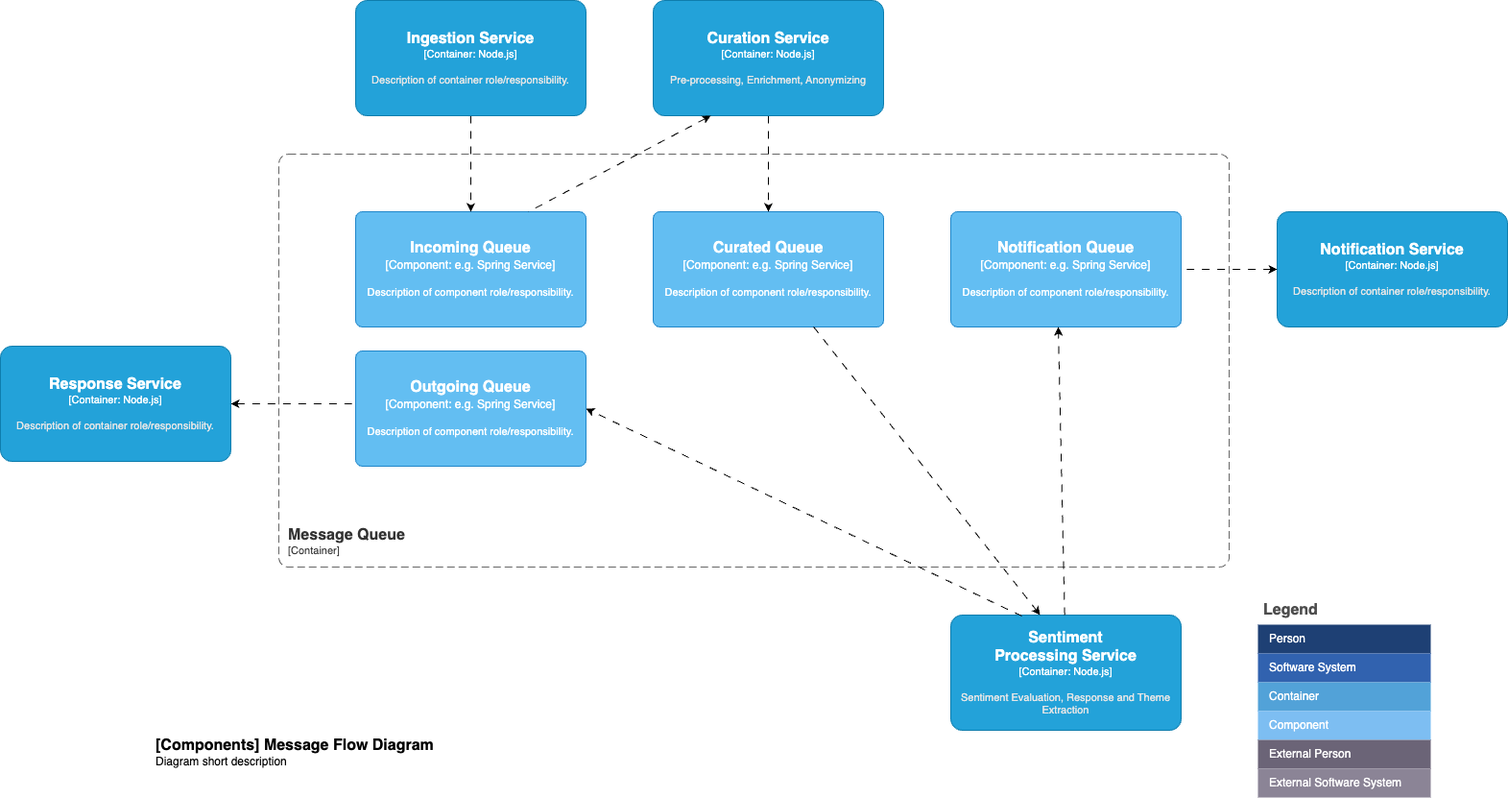
Before: docs/diagrams-container-message-queue.drawio.png, a diagram exported from draw.io (fusion-platform-services/fps-blueprint-ai-sentiment-analysis-and-response). Source tidied: cells renumbered, new cells last; positions are measured from the earlier drawing's top-left corner, leaving out a move shared by most shapes.
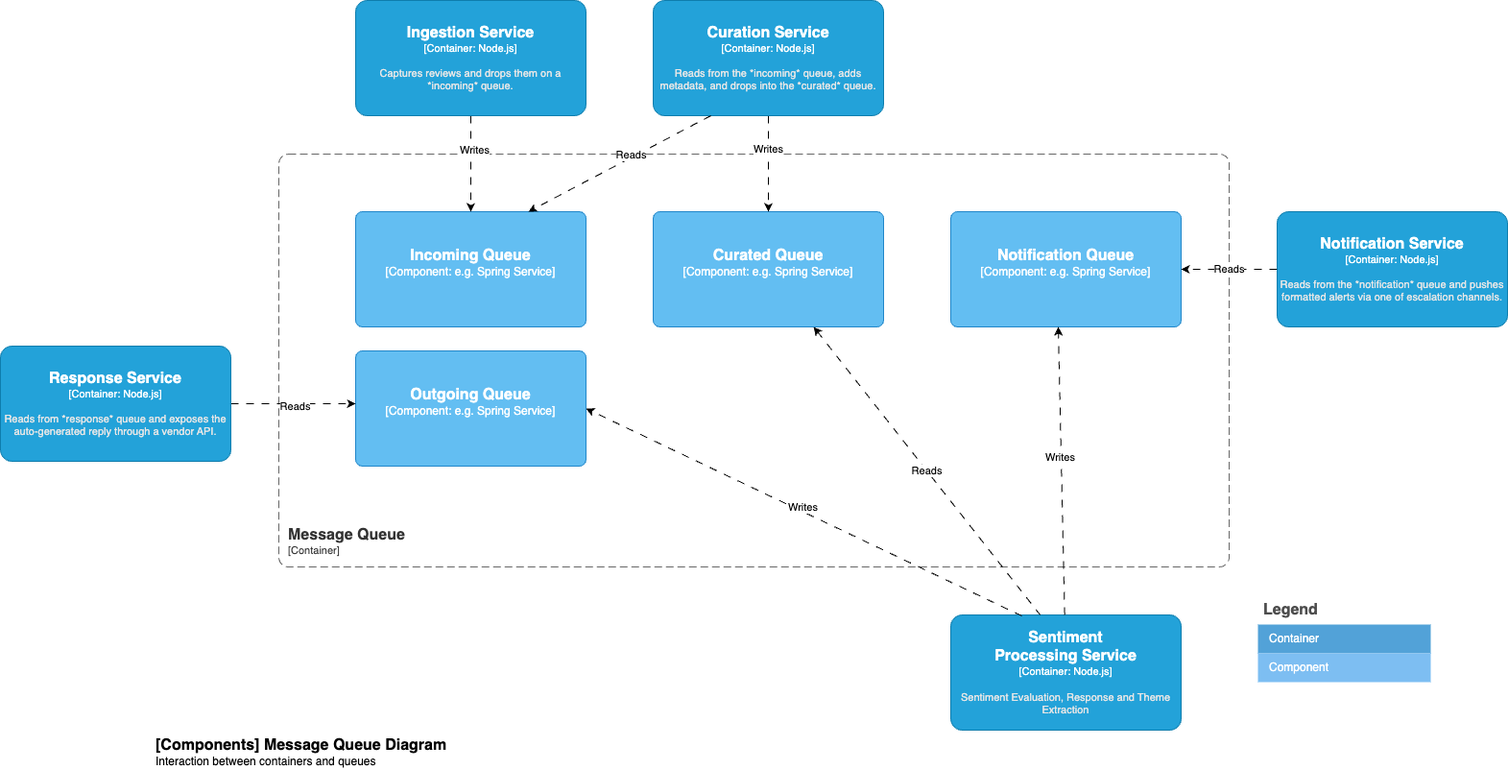
The same file after the commit.

Diff of the diagram source:
```diff
@@ -8,75 +8,54 @@
       </mxCell>
     </object>
     <mxCell id="3" value="Legend" style="shape=table;startSize=30;fontSize=16;align=left;verticalAlign=top;fillColor=none;strokeColor=none;fontColor=#4D4D4D;fontStyle=1;spacingLeft=6;spacing=0;" parent="1" vertex="1">
-      <mxGeometry x="1310" y="620" width="180" height="210" as="geometry" />
+      <mxGeometry x="1310" y="620" width="180" height="90" as="geometry" />
     </mxCell>
-    <mxCell id="4" style="shape=tableRow;horizontal=0;startSize=0;swimlaneHead=0;swimlaneBody=0;strokeColor=inherit;top=0;left=0;bottom=0;right=0;fillColor=none;fontSize=12;" parent="3" vertex="1">
-      <mxGeometry y="30" width="180" height="30" as="geometry" />
-    </mxCell>
-    <mxCell id="5" value="Person" style="shape=partialRectangle;html=1;whiteSpace=wrap;strokeColor=inherit;overflow=hidden;fillColor=#1E4074;top=0;left=0;bottom=0;right=0;fontSize=12;align=left;fontColor=#FFFFFF;gradientColor=none;spacingLeft=10;spacingRight=4;" parent="4" vertex="1">
-      <mxGeometry width="180" height="30" as="geometry" />
-    </mxCell>
-    <mxCell id="6" style="shape=tableRow;horizontal=0;startSize=0;swimlaneHead=0;swimlaneBody=0;strokeColor=inherit;top=0;left=0;bottom=0;right=0;fillColor=none;fontSize=12;" parent="3" vertex="1">
-      <mxGeometry y="60" width="180" height="30" as="geometry" />
-    </mxCell>
-    <mxCell id="7" value="Software System" style="shape=partialRectangle;html=1;whiteSpace=wrap;strokeColor=inherit;overflow=hidden;fillColor=#3162AF;top=0;left=0;bottom=0;right=0;fontSize=12;align=left;fontColor=#FFFFFF;gradientColor=none;spacingLeft=10;spacingRight=4;" parent="6" vertex="1">
-      <mxGeometry width="180" height="30" as="geometry" />
-    </mxCell>
     <mxCell id="8" style="shape=tableRow;horizontal=0;startSize=0;swimlaneHead=0;swimlaneBody=0;strokeColor=inherit;top=0;left=0;bottom=0;right=0;fillColor=none;fontSize=12;" parent="3" vertex="1">
-      <mxGeometry y="90" width="180" height="30" as="geometry" />
+      <mxGeometry y="30" width="180" height="30" as="geometry" />
     </mxCell>
     <mxCell id="9" value="Container" style="shape=partialRectangle;html=1;whiteSpace=wrap;strokeColor=inherit;overflow=hidden;fillColor=#52a2d8;top=0;left=0;bottom=0;right=0;fontSize=12;align=left;fontColor=#FFFFFF;gradientColor=none;spacingLeft=10;spacingRight=4;" parent="8" vertex="1">
       <mxGeometry width="180" height="30" as="geometry" />
     </mxCell>
     <mxCell id="10" style="shape=tableRow;horizontal=0;startSize=0;swimlaneHead=0;swimlaneBody=0;strokeColor=inherit;top=0;left=0;bottom=0;right=0;fillColor=none;fontSize=12;" parent="3" vertex="1">
-      <mxGeometry y="120" width="180" height="30" as="geometry" />
+      <mxGeometry y="60" width="180" height="30" as="geometry" />
     </mxCell>
     <mxCell id="11" value="Component" style="shape=partialRectangle;html=1;whiteSpace=wrap;strokeColor=inherit;overflow=hidden;fillColor=#7dbef2;top=0;left=0;bottom=0;right=0;fontSize=12;align=left;fontColor=#FFFFFF;gradientColor=none;spacingLeft=10;spacingRight=4;" parent="10" vertex="1">
       <mxGeometry width="180" height="30" as="geometry" />
     </mxCell>
-    <mxCell id="12" style="shape=tableRow;horizontal=0;startSize=0;swimlaneHead=0;swimlaneBody=0;strokeColor=inherit;top=0;left=0;bottom=0;right=0;fillColor=none;fontSize=12;" parent="3" vertex="1">
-      <mxGeometry y="150" width="180" height="30" as="geometry" />
-    </mxCell>
-    <mxCell id="13" value="External Person" style="shape=partialRectangle;html=1;whiteSpace=wrap;strokeColor=inherit;overflow=hidden;fillColor=#6b6477;top=0;left=0;bottom=0;right=0;fontSize=12;align=left;fontColor=#FFFFFF;gradientColor=none;spacingLeft=10;spacingRight=4;" parent="12" vertex="1">
-      <mxGeometry width="180" height="30" as="geometry" />
-    </mxCell>
-    <mxCell id="14" style="shape=tableRow;horizontal=0;startSize=0;swimlaneHead=0;swimlaneBody=0;strokeColor=inherit;top=0;left=0;bottom=0;right=0;fillColor=none;fontSize=12;" parent="3" vertex="1">
-      <mxGeometry y="180" width="180" height="30" as="geometry" />
-    </mxCell>
-    <mxCell id="15" value="External Software System" style="shape=partialRectangle;html=1;whiteSpace=wrap;strokeColor=inherit;overflow=hidden;fillColor=#8b8496;top=0;left=0;bottom=0;right=0;fontSize=12;align=left;fontColor=#FFFFFF;gradientColor=none;spacingLeft=10;spacingRight=4;" parent="14" vertex="1">
-      <mxGeometry width="180" height="30" as="geometry" />
-    </mxCell>
-    <object id="16" label="&lt;font style=&quot;font-size: 16px&quot;&gt;&lt;b&gt;&lt;div style=&quot;text-align: left&quot;&gt;%c4Name%&lt;/div&gt;&lt;/b&gt;&lt;/font&gt;&lt;div style=&quot;text-align: left&quot;&gt;%c4Description%&lt;/div&gt;" c4Description="Diagram short description" c4Name="[Components] Message Flow Diagram" c4Type="ContainerDiagramTitle" placeholders="1">
+    <object id="16" label="&lt;font style=&quot;font-size: 16px&quot;&gt;&lt;b&gt;&lt;div style=&quot;text-align: left&quot;&gt;%c4Name%&lt;/div&gt;&lt;/b&gt;&lt;/font&gt;&lt;div style=&quot;text-align: left&quot;&gt;%c4Description%&lt;/div&gt;" c4Description="Interaction between containers and queues" c4Name="[Components] Message Queue Diagram" c4Type="ContainerDiagramTitle" placeholders="1">
       <mxCell style="text;html=1;strokeColor=none;fillColor=none;align=left;verticalAlign=top;whiteSpace=wrap;rounded=0;" parent="1" vertex="1">
         <mxGeometry x="160" y="760" width="330" height="40" as="geometry" />
       </mxCell>
     </object>
-    <object id="17" label="&lt;font style=&quot;font-size: 16px&quot;&gt;&lt;b&gt;%c4Name%&lt;/b&gt;&lt;/font&gt;&lt;div&gt;[%c4Type%: %c4Technology%]&lt;/div&gt;&lt;br&gt;&lt;div&gt;&lt;font style=&quot;font-size: 11px&quot;&gt;%c4Description%&lt;/font&gt;&lt;/div&gt;" c4Description="Description of component role/responsibility." c4Name="Incoming Queue" c4Technology="e.g. Spring Service" c4Type="Component" placeholders="1">
+    <object id="17" label="&lt;font style=&quot;font-size: 16px&quot;&gt;&lt;b&gt;%c4Name%&lt;/b&gt;&lt;/font&gt;&lt;div&gt;[%c4Type%: %c4Technology%]&lt;/div&gt;&lt;br&gt;&lt;div&gt;&lt;font style=&quot;font-size: 11px&quot;&gt;%c4Description%&lt;/font&gt;&lt;/div&gt;" c4Description="" c4Name="Incoming Queue" c4Technology="e.g. Spring Service" c4Type="Component" placeholders="1">
       <mxCell style="rounded=1;whiteSpace=wrap;html=1;labelBackgroundColor=none;fillColor=#63BEF2;fontColor=#ffffff;align=center;arcSize=6;strokeColor=#2086C9;points=[[0.25,0,0],[0.5,0,0],[0.75,0,0],[1,0.25,0],[1,0.5,0],[1,0.75,0],[0.75,1,0],[0.5,1,0],[0.25,1,0],[0,0.75,0],[0,0.5,0],[0,0.25,0]];" parent="1" vertex="1">
         <mxGeometry x="370" y="220" width="240" height="120" as="geometry" />
       </mxCell>
     </object>
-    <object id="18" label="&lt;font style=&quot;font-size: 16px&quot;&gt;&lt;b&gt;%c4Name%&lt;/b&gt;&lt;/font&gt;&lt;div&gt;[%c4Type%: %c4Technology%]&lt;/div&gt;&lt;br&gt;&lt;div&gt;&lt;font style=&quot;font-size: 11px&quot;&gt;%c4Description%&lt;/font&gt;&lt;/div&gt;" c4Description="Description of component role/responsibility." c4Name="Curated Queue" c4Technology="e.g. Spring Service" c4Type="Component" placeholders="1">
+    <object id="18" label="&lt;font style=&quot;font-size: 16px&quot;&gt;&lt;b&gt;%c4Name%&lt;/b&gt;&lt;/font&gt;&lt;div&gt;[%c4Type%: %c4Technology%]&lt;/div&gt;&lt;br&gt;&lt;div&gt;&lt;font style=&quot;font-size: 11px&quot;&gt;%c4Description%&lt;/font&gt;&lt;/div&gt;" c4Description="" c4Name="Curated Queue" c4Technology="e.g. Spring Service" c4Type="Component" placeholders="1">
       <mxCell style="rounded=1;whiteSpace=wrap;html=1;labelBackgroundColor=none;fillColor=#63BEF2;fontColor=#ffffff;align=center;arcSize=6;strokeColor=#2086C9;points=[[0.25,0,0],[0.5,0,0],[0.75,0,0],[1,0.25,0],[1,0.5,0],[1,0.75,0],[0.75,1,0],[0.5,1,0],[0.25,1,0],[0,0.75,0],[0,0.5,0],[0,0.25,0]];" parent="1" vertex="1">
         <mxGeometry x="680" y="220" width="240" height="120" as="geometry" />
       </mxCell>
     </object>
-    <object id="19" label="&lt;font style=&quot;font-size: 16px&quot;&gt;&lt;b&gt;%c4Name%&lt;/b&gt;&lt;/font&gt;&lt;div&gt;[%c4Type%: %c4Technology%]&lt;/div&gt;&lt;br&gt;&lt;div&gt;&lt;font style=&quot;font-size: 11px&quot;&gt;%c4Description%&lt;/font&gt;&lt;/div&gt;" c4Description="Description of component role/responsibility." c4Name="Notification Queue" c4Technology="e.g. Spring Service" c4Type="Component" placeholders="1">
+    <object id="19" label="&lt;font style=&quot;font-size: 16px&quot;&gt;&lt;b&gt;%c4Name%&lt;/b&gt;&lt;/font&gt;&lt;div&gt;[%c4Type%: %c4Technology%]&lt;/div&gt;&lt;br&gt;&lt;div&gt;&lt;font style=&quot;font-size: 11px&quot;&gt;%c4Description%&lt;/font&gt;&lt;/div&gt;" c4Description="" c4Name="Notification Queue" c4Technology="e.g. Spring Service" c4Type="Component" placeholders="1">
       <mxCell style="rounded=1;whiteSpace=wrap;html=1;labelBackgroundColor=none;fillColor=#63BEF2;fontColor=#ffffff;align=center;arcSize=6;strokeColor=#2086C9;points=[[0.25,0,0],[0.5,0,0],[0.75,0,0],[1,0.25,0],[1,0.5,0],[1,0.75,0],[0.75,1,0],[0.5,1,0],[0.25,1,0],[0,0.75,0],[0,0.5,0],[0,0.25,0]];" parent="1" vertex="1">
         <mxGeometry x="990" y="220" width="240" height="120" as="geometry" />
       </mxCell>
     </object>
-    <object id="20" label="&lt;font style=&quot;font-size: 16px&quot;&gt;&lt;b&gt;%c4Name%&lt;/b&gt;&lt;/font&gt;&lt;div&gt;[%c4Type%: %c4Technology%]&lt;/div&gt;&lt;br&gt;&lt;div&gt;&lt;font style=&quot;font-size: 11px&quot;&gt;%c4Description%&lt;/font&gt;&lt;/div&gt;" c4Description="Description of component role/responsibility." c4Name="Outgoing Queue" c4Technology="e.g. Spring Service" c4Type="Component" placeholders="1">
+    <object id="20" label="&lt;font style=&quot;font-size: 16px&quot;&gt;&lt;b&gt;%c4Name%&lt;/b&gt;&lt;/font&gt;&lt;div&gt;[%c4Type%: %c4Technology%]&lt;/div&gt;&lt;br&gt;&lt;div&gt;&lt;font style=&quot;font-size: 11px&quot;&gt;%c4Description%&lt;/font&gt;&lt;/div&gt;" c4Description="" c4Name="Outgoing Queue" c4Technology="e.g. Spring Service" c4Type="Component" placeholders="1">
       <mxCell style="rounded=1;whiteSpace=wrap;html=1;labelBackgroundColor=none;fillColor=#63BEF2;fontColor=#ffffff;align=center;arcSize=6;strokeColor=#2086C9;points=[[0.25,0,0],[0.5,0,0],[0.75,0,0],[1,0.25,0],[1,0.5,0],[1,0.75,0],[0.75,1,0],[0.5,1,0],[0.25,1,0],[0,0.75,0],[0,0.5,0],[0,0.25,0]];" parent="1" vertex="1">
         <mxGeometry x="370" y="365" width="240" height="120" as="geometry" />
       </mxCell>
     </object>
-    <mxCell id="21" style="edgeStyle=none;rounded=0;jettySize=auto;html=1;dashed=1;dashPattern=8 8;startArrow=classic;startFill=1;endArrow=none;endFill=0;" parent="1" edge="1" source="22">
+    <mxCell id="21" style="edgeStyle=none;rounded=0;jettySize=auto;html=1;dashed=1;dashPattern=8 8;startArrow=none;startFill=0;endArrow=classic;endFill=1;" parent="1" edge="1" source="22">
       <mxGeometry relative="1" as="geometry">
         <mxPoint x="370" y="420" as="targetPoint" />
       </mxGeometry>
     </mxCell>
+    <mxCell id="34" value="Reads" style="edgeLabel;html=1;align=center;verticalAlign=middle;" parent="21" vertex="1">
+      <mxGeometry x="0.02" y="-2" relative="1" as="geometry" />
+    </mxCell>
-    <object id="22" label="&lt;font style=&quot;font-size: 16px&quot;&gt;&lt;b&gt;%c4Name%&lt;/b&gt;&lt;/font&gt;&lt;div&gt;[%c4Type%: %c4Technology%]&lt;/div&gt;&lt;br&gt;&lt;div&gt;&lt;font style=&quot;font-size: 11px&quot;&gt;&lt;font color=&quot;#E6E6E6&quot;&gt;%c4Description%&lt;/font&gt;&lt;/div&gt;" c4Description="Description of container role/responsibility." c4Name="Response Service" c4Technology="Node.js" c4Type="Container" placeholders="1">
+    <object id="22" label="&lt;font style=&quot;font-size: 16px&quot;&gt;&lt;b&gt;%c4Name%&lt;/b&gt;&lt;/font&gt;&lt;div&gt;[%c4Type%: %c4Technology%]&lt;/div&gt;&lt;br&gt;&lt;div&gt;&lt;font style=&quot;font-size: 11px&quot;&gt;&lt;font color=&quot;#E6E6E6&quot;&gt;%c4Description%&lt;/font&gt;&lt;/div&gt;" c4Description="Reads from *response* queue and exposes the auto-generated reply through a vendor API." c4Name="Response Service" c4Technology="Node.js" c4Type="Container" placeholders="1">
       <mxCell style="rounded=1;whiteSpace=wrap;html=1;fontSize=11;labelBackgroundColor=none;fillColor=#23A2D9;fontColor=#ffffff;align=center;arcSize=10;strokeColor=#0E7DAD;points=[[0.25,0,0],[0.5,0,0],[0.75,0,0],[1,0.25,0],[1,0.5,0],[1,0.75,0],[0.75,1,0],[0.5,1,0],[0.25,1,0],[0,0.75,0],[0,0.5,0],[0,0.25,0]];" parent="1" vertex="1">
         <mxGeometry y="360" width="240" height="120" as="geometry" />
       </mxCell>
@@ -84,12 +63,15 @@
     <mxCell id="23" style="edgeStyle=none;rounded=0;jettySize=auto;html=1;dashed=1;dashPattern=8 8;" parent="1" edge="1" source="24" target="17">
       <mxGeometry relative="1" as="geometry" />
     </mxCell>
+    <mxCell id="35" value="Writes" style="edgeLabel;html=1;align=center;verticalAlign=middle;" parent="23" vertex="1">
+      <mxGeometry x="-0.3" y="3" relative="1" as="geometry" />
+    </mxCell>
-    <object id="24" label="&lt;font style=&quot;font-size: 16px&quot;&gt;&lt;b&gt;%c4Name%&lt;/b&gt;&lt;/font&gt;&lt;div&gt;[%c4Type%: %c4Technology%]&lt;/div&gt;&lt;br&gt;&lt;div&gt;&lt;font style=&quot;font-size: 11px&quot;&gt;&lt;font color=&quot;#E6E6E6&quot;&gt;%c4Description%&lt;/font&gt;&lt;/div&gt;" c4Description="Description of container role/responsibility." c4Name="Ingestion Service" c4Technology="Node.js" c4Type="Container" placeholders="1">
+    <object id="24" label="&lt;font style=&quot;font-size: 16px&quot;&gt;&lt;b&gt;%c4Name%&lt;/b&gt;&lt;/font&gt;&lt;div&gt;[%c4Type%: %c4Technology%]&lt;/div&gt;&lt;br&gt;&lt;div&gt;&lt;font style=&quot;font-size: 11px&quot;&gt;&lt;font color=&quot;#E6E6E6&quot;&gt;%c4Description%&lt;/font&gt;&lt;/div&gt;" c4Description="Captures reviews and drops them on a *incoming* queue." c4Name="Ingestion Service" c4Technology="Node.js" c4Type="Container" placeholders="1">
       <mxCell style="rounded=1;whiteSpace=wrap;html=1;fontSize=11;labelBackgroundColor=none;fillColor=#23A2D9;fontColor=#ffffff;align=center;arcSize=10;strokeColor=#0E7DAD;points=[[0.25,0,0],[0.5,0,0],[0.75,0,0],[1,0.25,0],[1,0.5,0],[1,0.75,0],[0.75,1,0],[0.5,1,0],[0.25,1,0],[0,0.75,0],[0,0.5,0],[0,0.25,0]];" parent="1" vertex="1">
         <mxGeometry x="370" width="240" height="120" as="geometry" />
       </mxCell>
     </object>
-    <object id="25" label="&lt;font style=&quot;font-size: 16px&quot;&gt;&lt;b&gt;%c4Name%&lt;/b&gt;&lt;/font&gt;&lt;div&gt;[%c4Type%: %c4Technology%]&lt;/div&gt;&lt;br&gt;&lt;div&gt;&lt;font style=&quot;font-size: 11px&quot;&gt;&lt;font color=&quot;#E6E6E6&quot;&gt;%c4Description%&lt;/font&gt;&lt;/div&gt;" c4Description="Description of container role/responsibility." c4Name="Notification Service" c4Technology="Node.js" c4Type="Container" placeholders="1">
+    <object id="25" label="&lt;font style=&quot;font-size: 16px&quot;&gt;&lt;b&gt;%c4Name%&lt;/b&gt;&lt;/font&gt;&lt;div&gt;[%c4Type%: %c4Technology%]&lt;/div&gt;&lt;br&gt;&lt;div&gt;&lt;font style=&quot;font-size: 11px&quot;&gt;&lt;font color=&quot;#E6E6E6&quot;&gt;%c4Description%&lt;/font&gt;&lt;/div&gt;" c4Description="Reads from the *notification* queue and pushes formatted alerts via one of escalation channels." c4Name="Notification Service" c4Technology="Node.js" c4Type="Container" placeholders="1">
       <mxCell style="rounded=1;whiteSpace=wrap;html=1;fontSize=11;labelBackgroundColor=none;fillColor=#23A2D9;fontColor=#ffffff;align=center;arcSize=10;strokeColor=#0E7DAD;points=[[0.25,0,0],[0.5,0,0],[0.75,0,0],[1,0.25,0],[1,0.5,0],[1,0.75,0],[0.75,1,0],[0.5,1,0],[0.25,1,0],[0,0.75,0],[0,0.5,0],[0,0.25,0]];" parent="1" vertex="1">
         <mxGeometry x="1330" y="220" width="240" height="120" as="geometry" />
       </mxCell>
@@ -97,7 +79,10 @@
     <mxCell id="26" style="edgeStyle=none;rounded=0;jettySize=auto;html=1;dashed=1;dashPattern=8 8;" parent="1" edge="1" source="27" target="18">
       <mxGeometry relative="1" as="geometry" />
     </mxCell>
+    <mxCell id="36" value="Writes" style="edgeLabel;html=1;align=center;verticalAlign=middle;" parent="26" vertex="1">
+      <mxGeometry x="-0.32" y="-1" relative="1" as="geometry" />
+    </mxCell>
-    <object id="27" label="&lt;font style=&quot;font-size: 16px&quot;&gt;&lt;b&gt;%c4Name%&lt;/b&gt;&lt;/font&gt;&lt;div&gt;[%c4Type%: %c4Technology%]&lt;/div&gt;&lt;br&gt;&lt;div&gt;&lt;font style=&quot;font-size: 11px&quot;&gt;&lt;font color=&quot;#E6E6E6&quot;&gt;%c4Description%&lt;/font&gt;&lt;/div&gt;" c4Description="Pre-processing, Enrichment, Anonymizing" c4Name="Curation Service" c4Technology="Node.js" c4Type="Container" placeholders="1">
+    <object id="27" label="&lt;font style=&quot;font-size: 16px&quot;&gt;&lt;b&gt;%c4Name%&lt;/b&gt;&lt;/font&gt;&lt;div&gt;[%c4Type%: %c4Technology%]&lt;/div&gt;&lt;br&gt;&lt;div&gt;&lt;font style=&quot;font-size: 11px&quot;&gt;&lt;font color=&quot;#E6E6E6&quot;&gt;%c4Description%&lt;/font&gt;&lt;/div&gt;" c4Description="Reads from the *incoming* queue, adds metadata, and drops into the *curated* queue." c4Name="Curation Service" c4Technology="Node.js" c4Type="Container" placeholders="1">
       <mxCell style="rounded=1;whiteSpace=wrap;html=1;fontSize=11;labelBackgroundColor=none;fillColor=#23A2D9;fontColor=#ffffff;align=center;arcSize=10;strokeColor=#0E7DAD;points=[[0.25,0,0],[0.5,0,0],[0.75,0,0],[1,0.25,0],[1,0.5,0],[1,0.75,0],[0.75,1,0],[0.5,1,0],[0.25,1,0],[0,0.75,0],[0,0.5,0],[0,0.25,0]];" parent="1" vertex="1">
         <mxGeometry x="680" width="240" height="120" as="geometry" />
       </mxCell>
@@ -112,16 +97,27 @@
         <mxPoint x="1102" y="340" as="targetPoint" />
       </mxGeometry>
     </mxCell>
+    <mxCell id="37" value="Writes" style="edgeLabel;html=1;align=center;verticalAlign=middle;" parent="29" vertex="1">
+      <mxGeometry x="0.1" y="2" relative="1" as="geometry" />
+    </mxCell>
-    <mxCell id="30" style="edgeStyle=none;rounded=0;jettySize=auto;html=1;entryX=1;entryY=0.5;entryDx=0;entryDy=0;entryPerimeter=0;dashed=1;dashPattern=8 8;startArrow=classic;startFill=1;endArrow=none;endFill=0;" parent="1" edge="1" source="25" target="19">
+    <mxCell id="30" value="Reads" style="edgeStyle=none;rounded=0;jettySize=auto;html=1;entryX=1;entryY=0.5;entryDx=0;entryDy=0;entryPerimeter=0;dashed=1;dashPattern=8 8;startArrow=none;startFill=0;endArrow=classic;endFill=1;" parent="1" edge="1" source="25" target="19">
       <mxGeometry relative="1" as="geometry" />
     </mxCell>
     <mxCell id="31" style="edgeStyle=none;rounded=0;jettySize=auto;html=1;dashed=1;dashPattern=8 8;exitX=0.308;exitY=0.008;exitDx=0;exitDy=0;exitPerimeter=0;entryX=1;entryY=0.5;entryDx=0;entryDy=0;entryPerimeter=0;" parent="1" edge="1" source="28" target="20">
       <mxGeometry relative="1" as="geometry" />
     </mxCell>
+    <mxCell id="38" value="Writes" style="edgeLabel;html=1;align=center;verticalAlign=middle;" parent="31" vertex="1">
+      <mxGeometry x="0.02" y="-4" relative="1" as="geometry" />
+    </mxCell>
-    <mxCell id="32" style="edgeStyle=none;rounded=0;jettySize=auto;html=1;entryX=0.75;entryY=0;entryDx=0;entryDy=0;entryPerimeter=0;dashed=1;dashPattern=8 8;exitX=0.25;exitY=1;exitDx=0;exitDy=0;exitPerimeter=0;startArrow=classic;startFill=1;endArrow=none;endFill=0;" parent="1" edge="1" source="27" target="17">
+    <mxCell id="32" style="edgeStyle=none;rounded=0;jettySize=auto;html=1;entryX=0.75;entryY=0;entryDx=0;entryDy=0;entryPerimeter=0;dashed=1;dashPattern=8 8;exitX=0.25;exitY=1;exitDx=0;exitDy=0;exitPerimeter=0;startArrow=none;startFill=0;endArrow=classic;endFill=1;" parent="1" edge="1" source="27" target="17">
       <mxGeometry relative="1" as="geometry" />
     </mxCell>
+    <mxCell id="39" value="Reads" style="edgeLabel;html=1;align=center;verticalAlign=middle;" parent="32" vertex="1">
+      <mxGeometry x="-0.14" y="-2" relative="1" as="geometry">
+        <mxPoint y="-1" as="offset" />
+      </mxGeometry>
+    </mxCell>
-    <mxCell id="33" style="edgeStyle=none;rounded=0;jettySize=auto;html=1;entryX=0.388;entryY=0;entryDx=0;entryDy=0;entryPerimeter=0;dashed=1;dashPattern=8 8;" parent="1" edge="1" source="18" target="28">
+    <mxCell id="33" value="Reads" style="edgeStyle=none;rounded=0;jettySize=auto;html=1;entryX=0.388;entryY=0;entryDx=0;entryDy=0;entryPerimeter=0;dashed=1;dashPattern=8 8;startArrow=classic;startFill=1;endArrow=none;endFill=0;" parent="1" edge="1" source="18" target="28">
       <mxGeometry relative="1" as="geometry" />
     </mxCell>
   </root>
```
